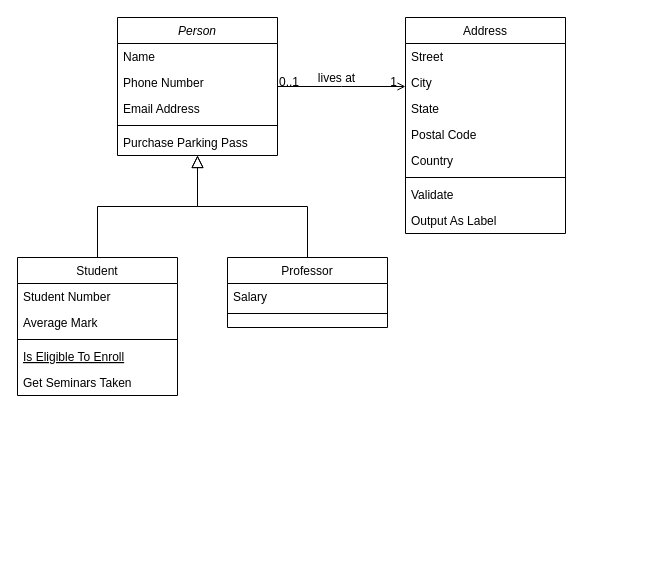
Above: Diagramme sans nom.drawio in HBeugr/monBlog (draw.io), before the change. Source tidied: cells renumbered, new cells numbered last; positions are measured from the earlier drawing's top-left corner, leaving out a move shared by most shapes. Both pictures are drawn from the tidied source at 100%, with x=0, y=0 at pixel (17, 17).
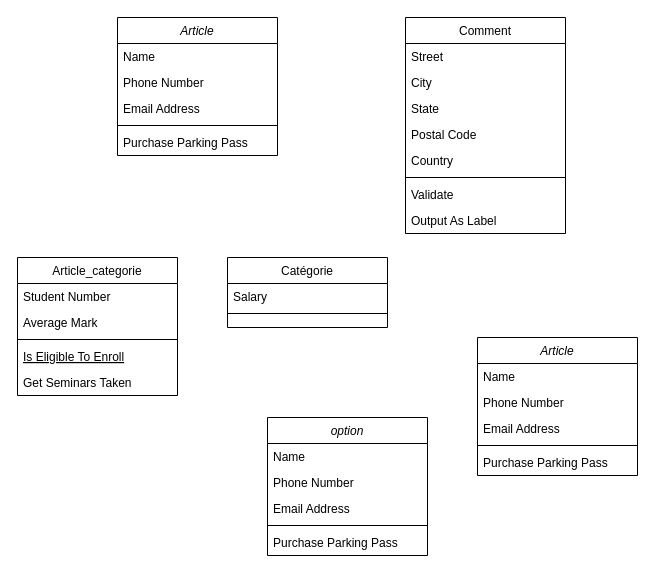
The same page after the edit.

Commit message:
Mettre à jour Diagramme sans nom.drawio

Diff of the diagram source:
```diff
@@
-    <mxCell id="2" value="Person" style="swimlane;fontStyle=2;align=center;verticalAlign=top;horizontal=1;startSize=26;rounded=0;shadow=0;strokeWidth=1;" parent="1" vertex="1">
+    <mxCell id="2" value="Article" style="swimlane;fontStyle=2;align=center;verticalAlign=top;horizontal=1;startSize=26;rounded=0;shadow=0;strokeWidth=1;" parent="1" vertex="1">
       <mxGeometry x="100" width="160" height="138" as="geometry" />
     </mxCell>
@@
-    <mxCell id="8" value="Student" style="swimlane;fontStyle=0;align=center;verticalAlign=top;horizontal=1;startSize=26;rounded=0;shadow=0;strokeWidth=1;" parent="1" vertex="1">
+    <mxCell id="8" value="Article_categorie" style="swimlane;fontStyle=0;align=center;verticalAlign=top;horizontal=1;startSize=26;rounded=0;shadow=0;strokeWidth=1;" parent="1" vertex="1">
       <mxGeometry y="240" width="160" height="138" as="geometry" />
     </mxCell>
@@
-    <mxCell id="14" style="endArrow=block;endSize=10;endFill=0;shadow=0;strokeWidth=1;rounded=0;edgeStyle=elbowEdgeStyle;elbow=vertical;" parent="1" edge="1" source="8" target="2">
-      <mxGeometry relative="1" as="geometry" />
-    </mxCell>
-    <mxCell id="15" value="Professor" style="swimlane;fontStyle=0;align=center;verticalAlign=top;horizontal=1;startSize=26;rounded=0;shadow=0;strokeWidth=1;" parent="1" vertex="1">
+    <mxCell id="15" value="Catégorie" style="swimlane;fontStyle=0;align=center;verticalAlign=top;horizontal=1;startSize=26;rounded=0;shadow=0;strokeWidth=1;" parent="1" vertex="1">
       <mxGeometry x="210" y="240" width="160" height="70" as="geometry" />
     </mxCell>
@@
-    <mxCell id="18" style="endArrow=block;endSize=10;endFill=0;shadow=0;strokeWidth=1;rounded=0;edgeStyle=elbowEdgeStyle;elbow=vertical;" parent="1" edge="1" source="15" target="2">
-      <mxGeometry relative="1" as="geometry" />
-    </mxCell>
-    <mxCell id="19" value="Address" style="swimlane;fontStyle=0;align=center;verticalAlign=top;horizontal=1;startSize=26;rounded=0;shadow=0;strokeWidth=1;" parent="1" vertex="1">
+    <mxCell id="19" value="Comment" style="swimlane;fontStyle=0;align=center;verticalAlign=top;horizontal=1;startSize=26;rounded=0;shadow=0;strokeWidth=1;" parent="1" vertex="1">
       <mxGeometry x="388" width="160" height="216" as="geometry" />
     </mxCell>
@@
-    <mxCell id="28" style="endArrow=open;shadow=0;strokeWidth=1;rounded=0;endFill=1;edgeStyle=elbowEdgeStyle;elbow=vertical;" parent="1" edge="1" source="2" target="19">
-      <mxGeometry x="0.5" y="41" relative="1" as="geometry">
-        <mxPoint x="-40" y="32" as="offset" />
-      </mxGeometry>
-    </mxCell>
-    <mxCell id="29" value="0..1" style="align=left;verticalAlign=bottom;labelBackgroundColor=none;fontSize=12;" parent="28" vertex="1">
-      <mxGeometry x="-1" relative="1" as="geometry">
-        <mxPoint y="4" as="offset" />
-      </mxGeometry>
-    </mxCell>
-    <mxCell id="30" value="1" style="align=right;verticalAlign=bottom;labelBackgroundColor=none;fontSize=12;" parent="28" vertex="1">
-      <mxGeometry x="1" relative="1" as="geometry">
-        <mxPoint x="-7" y="4" as="offset" />
-      </mxGeometry>
-    </mxCell>
-    <mxCell id="31" value="lives at" style="text;html=1;align=center;verticalAlign=middle;labelBackgroundColor=none;rounded=0;shadow=0;strokeWidth=1;fontSize=12;" parent="28" vertex="1">
-      <mxGeometry x="0.5" y="49" relative="1" as="geometry">
-        <mxPoint x="-38" y="40" as="offset" />
-      </mxGeometry>
-    </mxCell>
+    <mxCell id="32" value="option" style="swimlane;fontStyle=2;align=center;verticalAlign=top;horizontal=1;startSize=26;rounded=0;shadow=0;strokeWidth=1;" parent="1" vertex="1">
+      <mxGeometry x="250" y="400" width="160" height="138" as="geometry" />
+    </mxCell>
+    <mxCell id="33" value="Name" style="text;align=left;verticalAlign=top;spacingLeft=4;spacingRight=4;overflow=hidden;" parent="32" vertex="1">
+      <mxGeometry y="26" width="160" height="26" as="geometry" />
+    </mxCell>
+    <mxCell id="34" value="Phone Number" style="text;align=left;verticalAlign=top;spacingLeft=4;spacingRight=4;overflow=hidden;rounded=0;shadow=0;html=0;" parent="32" vertex="1">
+      <mxGeometry y="52" width="160" height="26" as="geometry" />
+    </mxCell>
+    <mxCell id="35" value="Email Address" style="text;align=left;verticalAlign=top;spacingLeft=4;spacingRight=4;overflow=hidden;rounded=0;shadow=0;html=0;" parent="32" vertex="1">
+      <mxGeometry y="78" width="160" height="26" as="geometry" />
+    </mxCell>
+    <mxCell id="36" style="line;html=1;strokeWidth=1;align=left;verticalAlign=middle;spacingTop=-1;spacingLeft=3;spacingRight=3;labelPosition=right;" parent="32" vertex="1">
+      <mxGeometry y="104" width="160" height="8" as="geometry" />
+    </mxCell>
+    <mxCell id="37" value="Purchase Parking Pass" style="text;align=left;verticalAlign=top;spacingLeft=4;spacingRight=4;overflow=hidden;" parent="32" vertex="1">
+      <mxGeometry y="112" width="160" height="26" as="geometry" />
+    </mxCell>
+    <mxCell id="38" value="Article" style="swimlane;fontStyle=2;align=center;verticalAlign=top;horizontal=1;startSize=26;rounded=0;shadow=0;strokeWidth=1;" parent="1" vertex="1">
+      <mxGeometry x="460" y="320" width="160" height="138" as="geometry" />
+    </mxCell>
+    <mxCell id="39" value="Name" style="text;align=left;verticalAlign=top;spacingLeft=4;spacingRight=4;overflow=hidden;" parent="38" vertex="1">
+      <mxGeometry y="26" width="160" height="26" as="geometry" />
+    </mxCell>
+    <mxCell id="40" value="Phone Number" style="text;align=left;verticalAlign=top;spacingLeft=4;spacingRight=4;overflow=hidden;rounded=0;shadow=0;html=0;" parent="38" vertex="1">
+      <mxGeometry y="52" width="160" height="26" as="geometry" />
+    </mxCell>
+    <mxCell id="41" value="Email Address" style="text;align=left;verticalAlign=top;spacingLeft=4;spacingRight=4;overflow=hidden;rounded=0;shadow=0;html=0;" parent="38" vertex="1">
+      <mxGeometry y="78" width="160" height="26" as="geometry" />
+    </mxCell>
+    <mxCell id="42" style="line;html=1;strokeWidth=1;align=left;verticalAlign=middle;spacingTop=-1;spacingLeft=3;spacingRight=3;labelPosition=right;" parent="38" vertex="1">
+      <mxGeometry y="104" width="160" height="8" as="geometry" />
+    </mxCell>
+    <mxCell id="43" value="Purchase Parking Pass" style="text;align=left;verticalAlign=top;spacingLeft=4;spacingRight=4;overflow=hidden;" parent="38" vertex="1">
+      <mxGeometry y="112" width="160" height="26" as="geometry" />
+    </mxCell>
```
